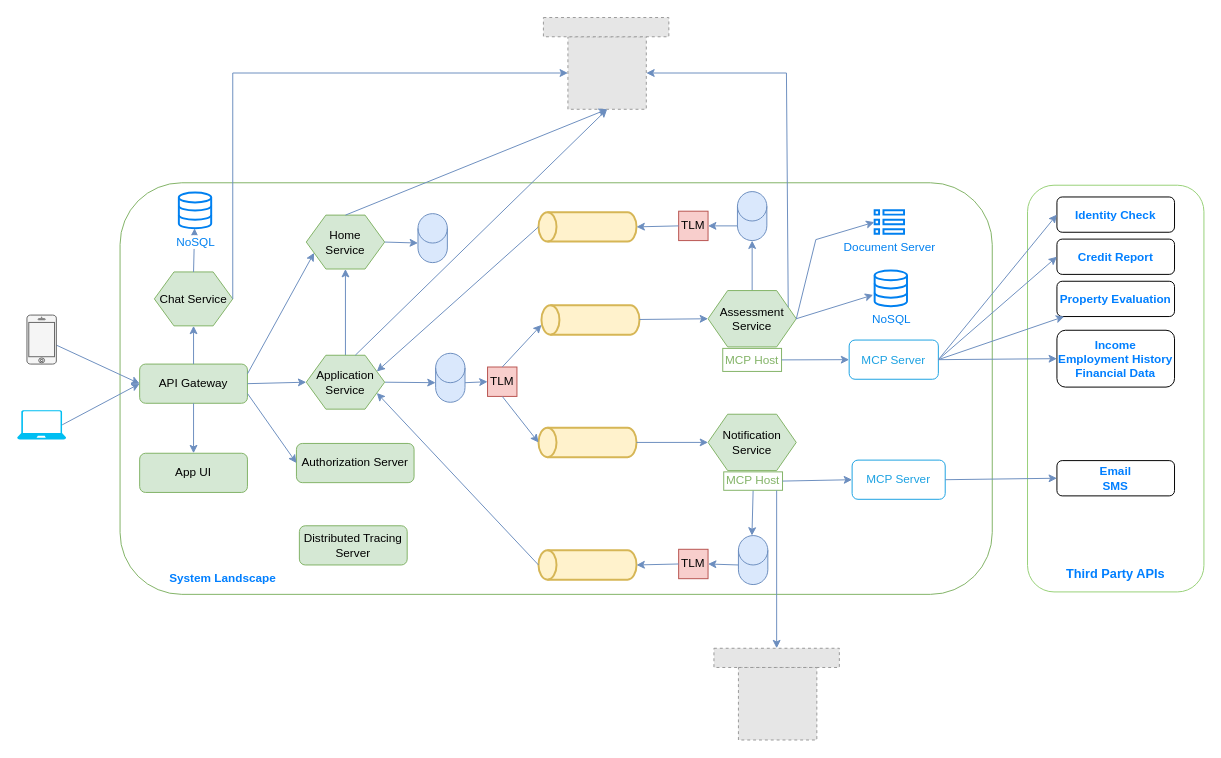
Before: 02-architecture/02-logical-components-docker.drawio in huynm20051990/loan-origination-system, a draw.io diagram. Source tidied: cells renumbered, new cells numbered last; positions are measured from the earlier drawing's top-left corner, leaving out a move shared by most shapes. Both pictures are drawn from the tidied source at 98%, with x=0, y=0 at pixel (17, 17). Pictures stored in the file or linked from it are replaced by grey dashed boxes.
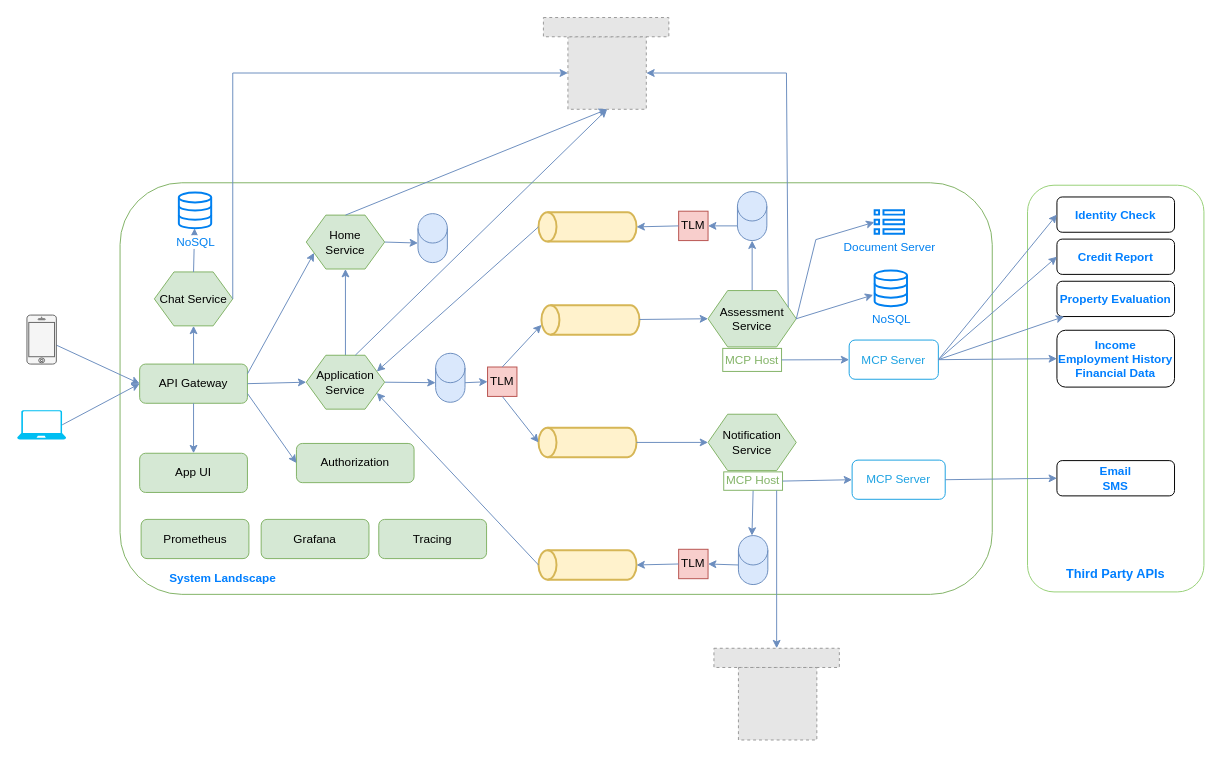
Above is the later version.

Commit message (it also covers changes not shown here):
Add Prometheus and Grafana to high level design diagram

What changed in the source:
```diff
@@
-    <mxCell id="6" value="Authorization Server" style="rounded=1;whiteSpace=wrap;html=1;fillColor=#d5e8d4;strokeColor=#82b366;" parent="1" vertex="1">
+    <mxCell id="6" value="Authorization" style="rounded=1;whiteSpace=wrap;html=1;fillColor=#d5e8d4;strokeColor=#82b366;" parent="1" vertex="1">
       <mxGeometry x="285" y="435" width="120" height="40" as="geometry" />
     </mxCell>
@@
-    <mxCell id="15" value="Distributed Tracing Server" style="rounded=1;whiteSpace=wrap;html=1;fillColor=#d5e8d4;strokeColor=#82b366;" parent="1" vertex="1">
-      <mxGeometry x="288" y="519" width="110" height="40" as="geometry" />
+    <mxCell id="15" value="Prometheus" style="rounded=1;whiteSpace=wrap;html=1;fillColor=#d5e8d4;strokeColor=#82b366;" parent="1" vertex="1">
+      <mxGeometry x="126.5" y="512.5" width="110" height="40" as="geometry" />
     </mxCell>
@@
+    <mxCell id="83" value="Grafana" style="rounded=1;whiteSpace=wrap;html=1;fillColor=#d5e8d4;strokeColor=#82b366;" parent="1" vertex="1">
+      <mxGeometry x="249" y="512.5" width="110" height="40" as="geometry" />
+    </mxCell>
+    <mxCell id="84" value="Tracing" style="rounded=1;whiteSpace=wrap;html=1;fillColor=#d5e8d4;strokeColor=#82b366;" parent="1" vertex="1">
+      <mxGeometry x="369" y="512.5" width="110" height="40" as="geometry" />
+    </mxCell>
```
